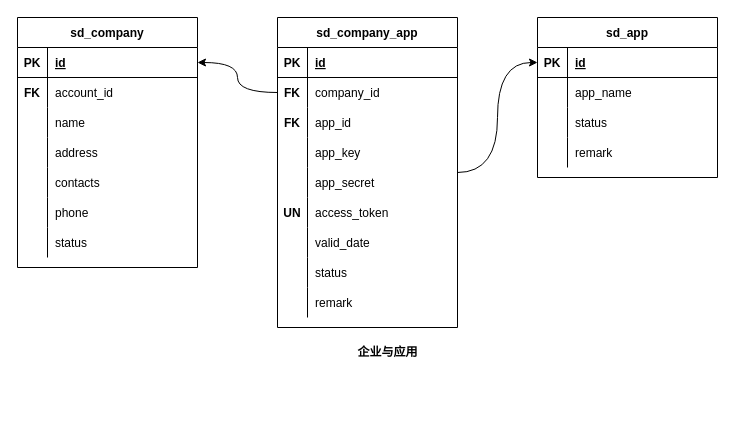
This is page "20220930142554" (4 of 7) of src/work/wyjz/service_directory/db_design_20220930.drawio from ab-doc/draw.io, a draw.io file, before an edit. Source tidied: cells renumbered, new cells numbered last; positions are measured from the earlier drawing's top-left corner, leaving out a move shared by most shapes. Both pictures are drawn from the tidied source at 100%, with x=0, y=0 at pixel (17, 17).
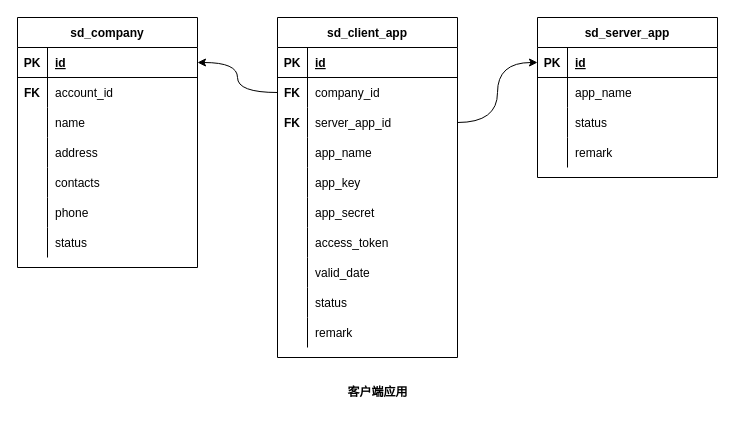
After the change.

The change refers to these unchanged cells:
```xml
<mxCell id="34" style="shape=tableRow;horizontal=0;startSize=0;swimlaneHead=0;swimlaneBody=0;fillColor=none;points=[[0,0.5],[1,0.5]];portConstraint=eastwest;top=0;left=0;right=0;bottom=0;" parent="27" vertex="1">
  <mxGeometry y="90" width="180" height="30" as="geometry" />
</mxCell>
<mxCell id="37" style="shape=tableRow;horizontal=0;startSize=0;swimlaneHead=0;swimlaneBody=0;fillColor=none;top=0;left=0;right=0;bottom=0;" parent="27" vertex="1">
  <mxGeometry y="120" width="180" height="30" as="geometry" />
</mxCell>
<mxCell id="56" style="shape=tableRow;horizontal=0;startSize=0;swimlaneHead=0;swimlaneBody=0;fillColor=none;points=[[0,0.5],[1,0.5]];portConstraint=eastwest;top=0;left=0;right=0;bottom=1;" parent="55" vertex="1">
  <mxGeometry y="30" width="180" height="30" as="geometry" />
</mxCell>
```

The edit, as a diff of the source:
```diff
@@
-    <mxCell id="25" value="&lt;b&gt;企业与应用&lt;/b&gt;" style="text;html=1;align=center;verticalAlign=middle;strokeColor=none;fillColor=none;" parent="1" vertex="1">
-      <mxGeometry x="330" y="320" width="80" height="30" as="geometry" />
+    <mxCell id="25" value="&lt;b&gt;客户端应用&lt;/b&gt;" style="text;html=1;align=center;verticalAlign=middle;strokeColor=none;fillColor=none;" parent="1" vertex="1">
+      <mxGeometry x="320" y="360" width="80" height="30" as="geometry" />
     </mxCell>
-    <mxCell id="26" style="edgeStyle=orthogonalEdgeStyle;curved=1;rounded=0;jettySize=auto;html=1;entryX=0;entryY=0.5;entryDx=0;entryDy=0;" parent="1" edge="1" source="27" target="56">
+    <mxCell id="26" style="edgeStyle=orthogonalEdgeStyle;curved=1;rounded=0;jettySize=auto;html=1;entryX=0;entryY=0.5;entryDx=0;entryDy=0;exitX=1;exitY=0.5;exitDx=0;exitDy=0;" parent="1" edge="1" source="34" target="56">
       <mxGeometry relative="1" as="geometry" />
     </mxCell>
-    <mxCell id="27" value="sd_company_app" style="shape=table;startSize=30;childLayout=tableLayout;rowLines=0;fontStyle=1;align=center;" parent="1" vertex="1">
-      <mxGeometry x="260" width="180" height="310" as="geometry" />
+    <mxCell id="27" value="sd_client_app" style="shape=table;startSize=30;childLayout=tableLayout;rowLines=0;fontStyle=1;align=center;" parent="1" vertex="1">
+      <mxGeometry x="260" width="180" height="340" as="geometry" />
     </mxCell>
@@
-    <mxCell id="36" value="app_id" style="shape=partialRectangle;fillColor=none;top=0;left=0;bottom=0;right=0;align=left;spacingLeft=6;overflow=hidden;" parent="34" vertex="1">
+    <mxCell id="36" value="server_app_id" style="shape=partialRectangle;fillColor=none;top=0;left=0;bottom=0;right=0;align=left;spacingLeft=6;overflow=hidden;" parent="34" vertex="1">
       <mxGeometry x="30" width="150" height="30" as="geometry" />
     </mxCell>
@@
-    <mxCell id="39" value="app_key" style="shape=partialRectangle;fillColor=none;top=0;left=0;bottom=0;right=0;align=left;spacingLeft=6;overflow=hidden;" parent="37" vertex="1">
+    <mxCell id="39" value="app_name" style="shape=partialRectangle;fillColor=none;top=0;left=0;bottom=0;right=0;align=left;spacingLeft=6;overflow=hidden;" parent="37" vertex="1">
       <mxGeometry x="30" width="150" height="30" as="geometry" />
     </mxCell>
+    <mxCell id="68" style="shape=tableRow;horizontal=0;startSize=0;swimlaneHead=0;swimlaneBody=0;fillColor=none;top=0;left=0;right=0;bottom=0;" parent="27" vertex="1">
+      <mxGeometry y="150" width="180" height="30" as="geometry" />
+    </mxCell>
+    <mxCell id="69" style="shape=partialRectangle;fillColor=none;top=0;left=0;bottom=0;right=0;overflow=hidden;" parent="68" vertex="1">
+      <mxGeometry width="30" height="30" as="geometry" />
+    </mxCell>
+    <mxCell id="70" value="app_key" style="shape=partialRectangle;fillColor=none;top=0;left=0;bottom=0;right=0;align=left;spacingLeft=6;overflow=hidden;" parent="68" vertex="1">
+      <mxGeometry x="30" width="150" height="30" as="geometry" />
+    </mxCell>
     <mxCell id="40" style="shape=tableRow;horizontal=0;startSize=0;swimlaneHead=0;swimlaneBody=0;fillColor=none;top=0;left=0;right=0;bottom=0;" parent="27" vertex="1">
-      <mxGeometry y="150" width="180" height="30" as="geometry" />
+      <mxGeometry y="180" width="180" height="30" as="geometry" />
     </mxCell>
@@
     <mxCell id="43" style="shape=tableRow;horizontal=0;startSize=0;swimlaneHead=0;swimlaneBody=0;fillColor=none;top=0;left=0;right=0;bottom=0;" parent="27" vertex="1">
-      <mxGeometry y="180" width="180" height="30" as="geometry" />
+      <mxGeometry y="210" width="180" height="30" as="geometry" />
     </mxCell>
-    <mxCell id="44" value="UN" style="shape=partialRectangle;fillColor=none;top=0;left=0;bottom=0;right=0;overflow=hidden;fontStyle=1;" parent="43" vertex="1">
+    <mxCell id="44" style="shape=partialRectangle;fillColor=none;top=0;left=0;bottom=0;right=0;overflow=hidden;fontStyle=1;" parent="43" vertex="1">
       <mxGeometry width="30" height="30" as="geometry" />
     </mxCell>
@@
     <mxCell id="46" style="shape=tableRow;horizontal=0;startSize=0;swimlaneHead=0;swimlaneBody=0;fillColor=none;top=0;left=0;right=0;bottom=0;" parent="27" vertex="1">
-      <mxGeometry y="210" width="180" height="30" as="geometry" />
+      <mxGeometry y="240" width="180" height="30" as="geometry" />
     </mxCell>
@@
     <mxCell id="49" style="shape=tableRow;horizontal=0;startSize=0;swimlaneHead=0;swimlaneBody=0;fillColor=none;top=0;left=0;right=0;bottom=0;" parent="27" vertex="1">
-      <mxGeometry y="240" width="180" height="30" as="geometry" />
+      <mxGeometry y="270" width="180" height="30" as="geometry" />
     </mxCell>
@@
     <mxCell id="52" style="shape=tableRow;horizontal=0;startSize=0;swimlaneHead=0;swimlaneBody=0;fillColor=none;top=0;left=0;right=0;bottom=0;" parent="27" vertex="1">
-      <mxGeometry y="270" width="180" height="30" as="geometry" />
+      <mxGeometry y="300" width="180" height="30" as="geometry" />
     </mxCell>
@@
-    <mxCell id="55" value="sd_app" style="shape=table;startSize=30;childLayout=tableLayout;rowLines=0;fontStyle=1;align=center;" parent="1" vertex="1">
+    <mxCell id="55" value="sd_server_app" style="shape=table;startSize=30;childLayout=tableLayout;rowLines=0;fontStyle=1;align=center;" parent="1" vertex="1">
       <mxGeometry x="520" width="180" height="160" as="geometry" />
     </mxCell>
```
